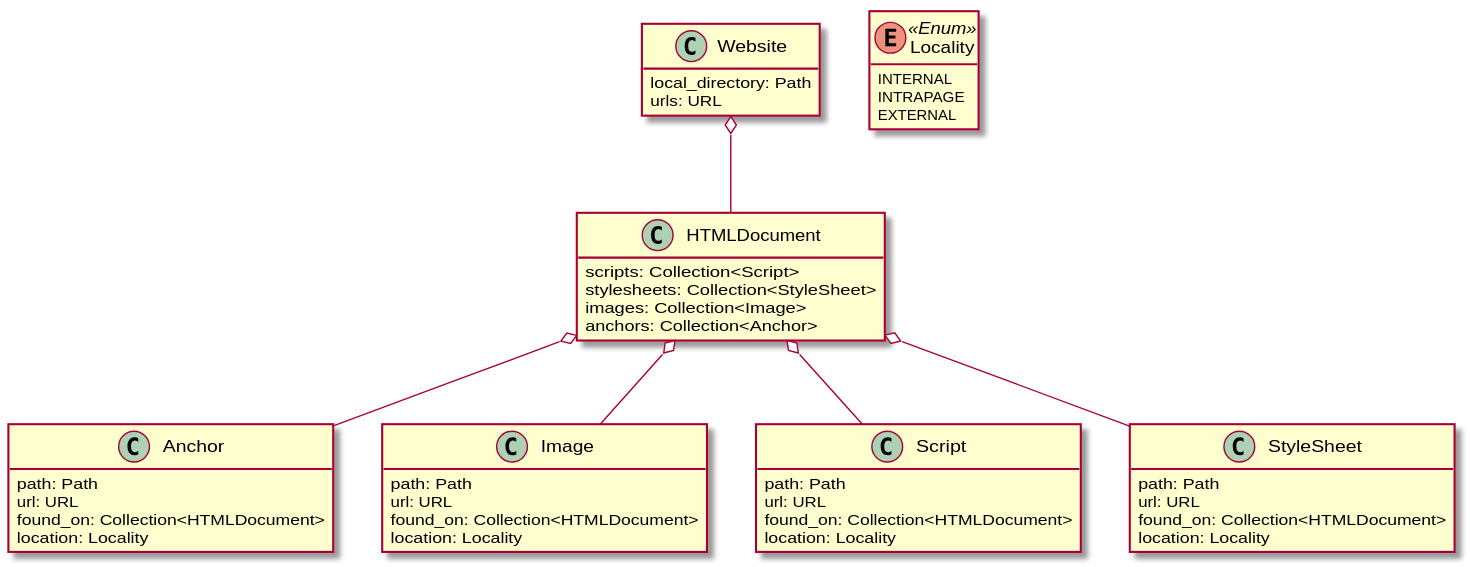
Above: domain_03.svg in cstkennedy/Phase-3-Brainstorming-Web-Analysis (PlantUML), before the change. The source it was exported from:
```plantuml
@startuml domain_03.svg
hide empty members

class Website {
    local_directory: Path
    urls: URL
}

class HTMLDocument {
    scripts: Collection<Script>
    stylesheets: Collection<StyleSheet>
    images: Collection<Image>
    anchors: Collection<Anchor>
}

class Anchor {
    path: Path
    url: URL
    found_on: Collection<HTMLDocument>
    location: Locality
}

class Image {
    path: Path
    url: URL
    found_on: Collection<HTMLDocument>
    location: Locality
}

class Script {
    path: Path
    url: URL
    found_on: Collection<HTMLDocument>
    location: Locality
}

class StyleSheet {
    path: Path
    url: URL
    found_on: Collection<HTMLDocument>
    location: Locality
}

enum Locality <<Enum>> {
    INTERNAL
    INTRAPAGE
    EXTERNAL
}

Website o-- HTMLDocument
HTMLDocument o-- Image
HTMLDocument o-- Script
HTMLDocument o-- StyleSheet
HTMLDocument o-- Anchor

@enduml
```
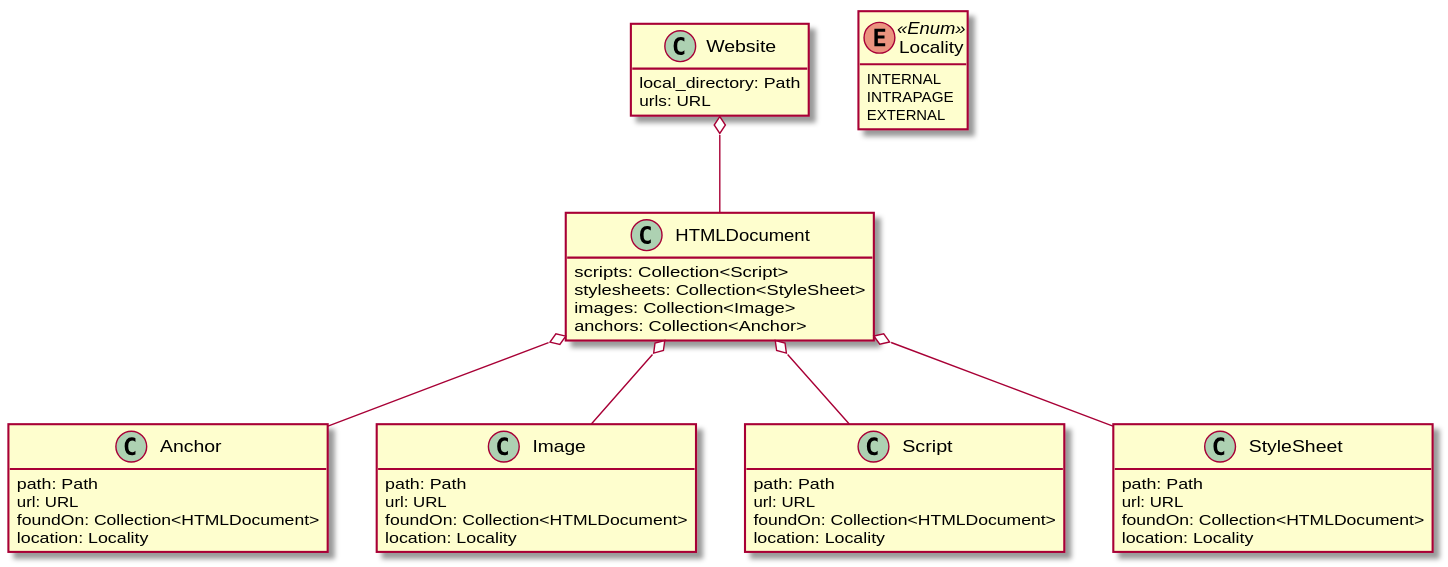
Later version of the same file.

The edit, as a diff of the source:
```diff
@@ -16,28 +16,28 @@
 class Anchor {
     path: Path
     url: URL
-    found_on: Collection<HTMLDocument>
+    foundOn: Collection<HTMLDocument>
     location: Locality
 }
 
 class Image {
     path: Path
     url: URL
-    found_on: Collection<HTMLDocument>
+    foundOn: Collection<HTMLDocument>
     location: Locality
 }
 
 class Script {
     path: Path
     url: URL
-    found_on: Collection<HTMLDocument>
+    foundOn: Collection<HTMLDocument>
     location: Locality
 }
 
 class StyleSheet {
     path: Path
     url: URL
-    found_on: Collection<HTMLDocument>
+    foundOn: Collection<HTMLDocument>
     location: Locality
 }
 
```
